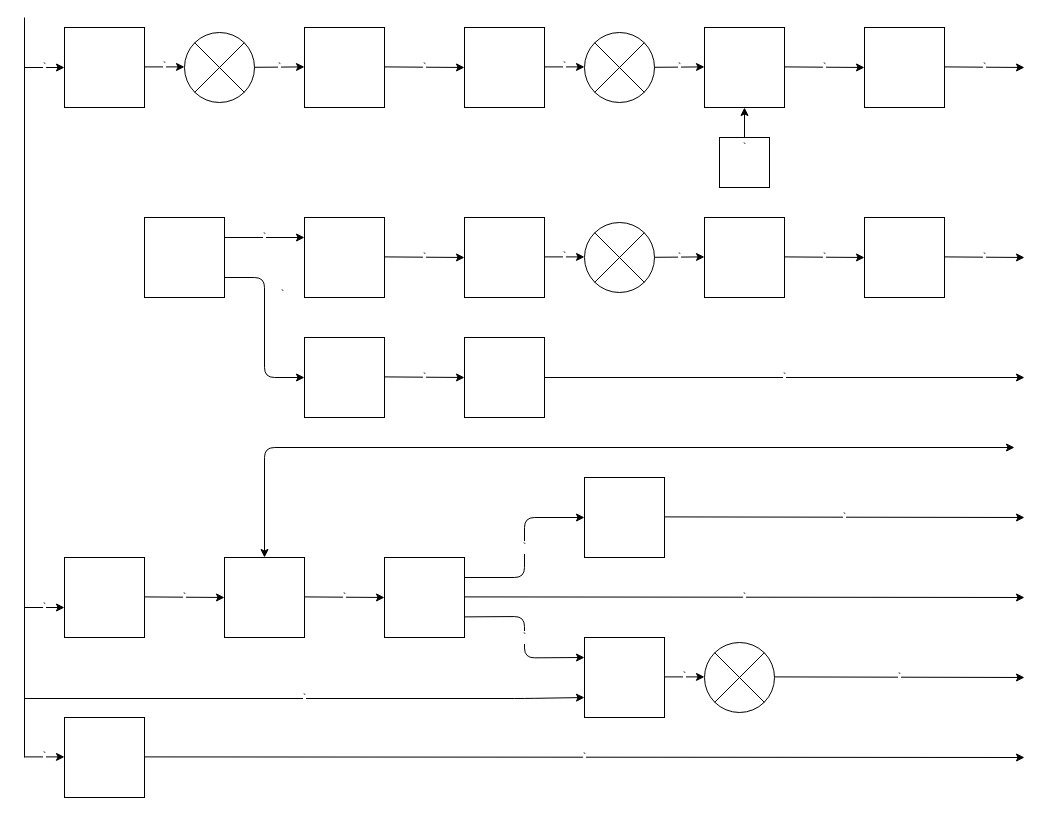
Earlier version of the draw.io diagram kopv4.drawio (jekavovikovich/jekavovikovich). Source tidied: cells renumbered, new cells numbered last; positions are measured from the earlier drawing's top-left corner, leaving out a move shared by most shapes. Both pictures are drawn from the tidied source at 100%, with x=0, y=0 at pixel (24, 17).
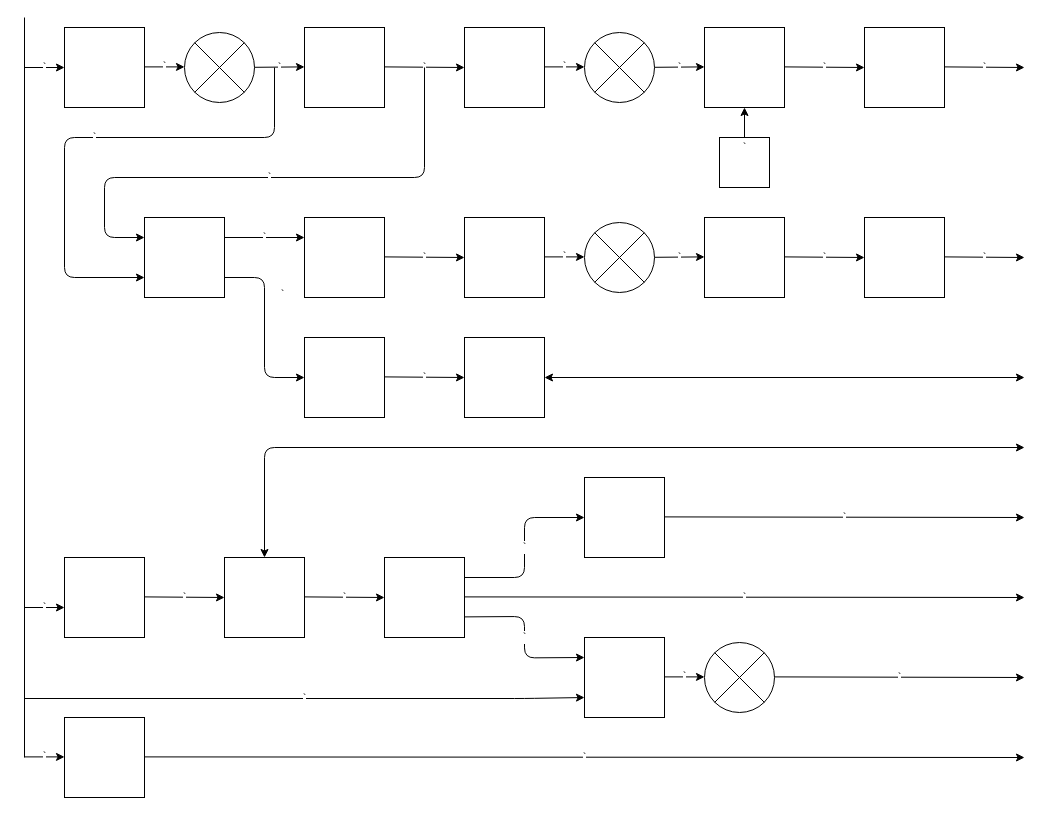
The same diagram, later.

The change refers to these unchanged cells:
```xml
<mxCell id="10" style="whiteSpace=wrap;html=1;" parent="1" vertex="1">
  <mxGeometry x="120" y="200" width="80" height="80" as="geometry" />
</mxCell>
<mxCell id="17" style="whiteSpace=wrap;html=1;" parent="1" vertex="1">
  <mxGeometry x="440" y="320" width="80" height="80" as="geometry" />
</mxCell>
<mxCell id="19" style="whiteSpace=wrap;html=1;" parent="1" vertex="1">
  <mxGeometry x="200" y="540" width="80" height="80" as="geometry" />
</mxCell>
```

Diff of the diagram source:
```diff
@@
     <mxCell id="54" style="endArrow=classic;startArrow=classic;html=1;exitX=0.5;exitY=0;exitDx=0;exitDy=0;" parent="1" edge="1" source="19">
       <mxGeometry relative="1" as="geometry">
-        <mxPoint x="990" y="430" as="targetPoint" />
+        <mxPoint x="1000" y="430" as="targetPoint" />
         <Array as="points">
           <mxPoint x="240" y="430" />
         </Array>
       </mxGeometry>
     </mxCell>
-    <mxCell id="55" value="`" style="endArrow=classic;html=1;exitX=1;exitY=0.5;exitDx=0;exitDy=0;" parent="1" edge="1" source="17">
-      <mxGeometry relative="1" as="geometry">
-        <mxPoint x="1000" y="360" as="targetPoint" />
-      </mxGeometry>
-    </mxCell>
@@
+    <mxCell id="57" value="`" style="endArrow=classic;html=1;entryX=0;entryY=0.75;entryDx=0;entryDy=0;" parent="1" edge="1" target="10">
+      <mxGeometry relative="1" as="geometry">
+        <mxPoint x="250" y="50" as="sourcePoint" />
+        <Array as="points">
+          <mxPoint x="250" y="120" />
+          <mxPoint x="40" y="120" />
+          <mxPoint x="40" y="260" />
+        </Array>
+      </mxGeometry>
+    </mxCell>
+    <mxCell id="58" value="`" style="endArrow=classic;html=1;entryX=0;entryY=0.25;entryDx=0;entryDy=0;" parent="1" edge="1" target="10">
+      <mxGeometry relative="1" as="geometry">
+        <mxPoint x="400" y="50" as="sourcePoint" />
+        <Array as="points">
+          <mxPoint x="400" y="160" />
+          <mxPoint x="80" y="160" />
+          <mxPoint x="80" y="220" />
+        </Array>
+      </mxGeometry>
+    </mxCell>
+    <mxCell id="59" style="endArrow=classic;startArrow=classic;html=1;exitX=1;exitY=0.5;exitDx=0;exitDy=0;" parent="1" edge="1" source="17">
+      <mxGeometry relative="1" as="geometry">
+        <mxPoint x="1000" y="360" as="targetPoint" />
+      </mxGeometry>
+    </mxCell>
```
